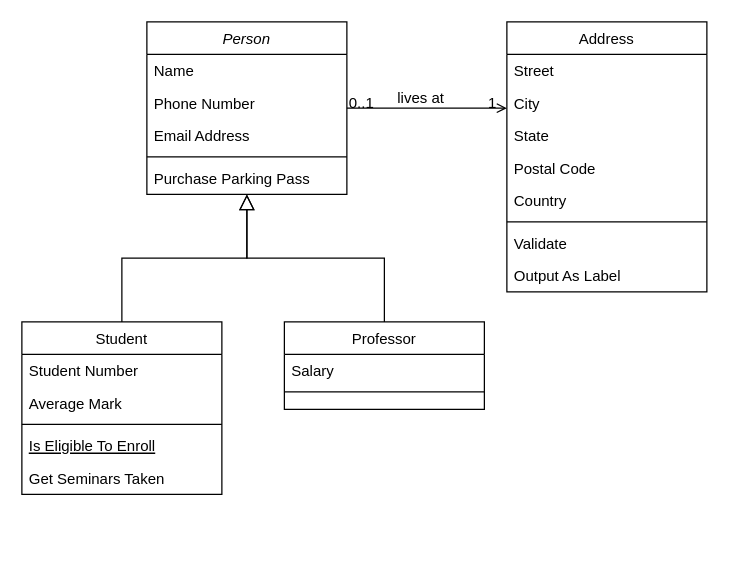
Before: src/main/resources/Untitled Diagram.drawio in iErnesto/subjects-grades, a draw.io diagram. Source tidied: cells renumbered, new cells numbered last; positions are measured from the earlier drawing's top-left corner, leaving out a move shared by most shapes. Both pictures are drawn from the tidied source at 125%, with x=0, y=0 at pixel (21, 21).
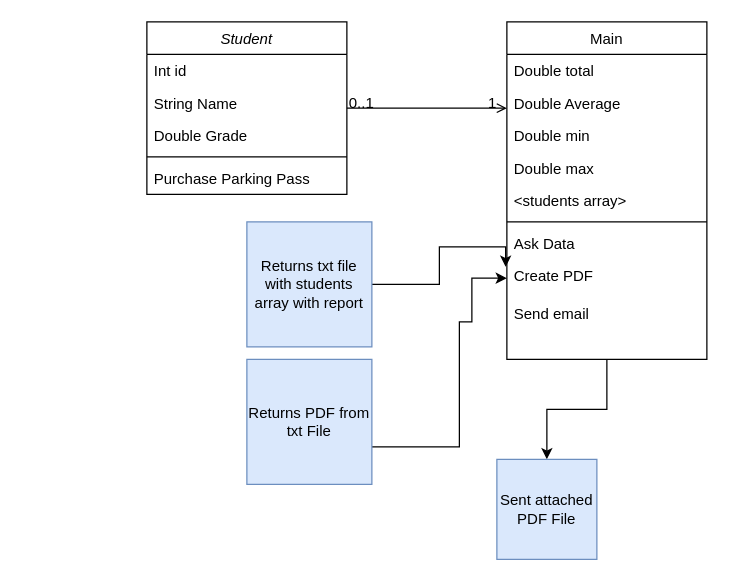
After the change.

Unchanged cells that the change refers to:
```xml
<mxCell id="28" style="endArrow=open;shadow=0;strokeWidth=1;rounded=0;endFill=1;edgeStyle=elbowEdgeStyle;elbow=vertical;" parent="1" edge="1" source="2" target="19">
  <mxGeometry x="0.5" y="41" relative="1" as="geometry">
    <mxPoint x="-40" y="32" as="offset" />
  </mxGeometry>
</mxCell>
```

The edit, as a diff of the source:
```diff
@@
-    <mxCell id="2" value="Person" style="swimlane;fontStyle=2;align=center;verticalAlign=top;horizontal=1;startSize=26;rounded=0;shadow=0;strokeWidth=1;" parent="1" vertex="1">
+    <mxCell id="2" value="Student" style="swimlane;fontStyle=2;align=center;verticalAlign=top;horizontal=1;startSize=26;rounded=0;shadow=0;strokeWidth=1;" parent="1" vertex="1">
       <mxGeometry x="100" width="160" height="138" as="geometry" />
     </mxCell>
-    <mxCell id="3" value="Name" style="text;align=left;verticalAlign=top;spacingLeft=4;spacingRight=4;overflow=hidden;" parent="2" vertex="1">
+    <mxCell id="3" value="Int id" style="text;align=left;verticalAlign=top;spacingLeft=4;spacingRight=4;overflow=hidden;" parent="2" vertex="1">
       <mxGeometry y="26" width="160" height="26" as="geometry" />
     </mxCell>
-    <mxCell id="4" value="Phone Number" style="text;align=left;verticalAlign=top;spacingLeft=4;spacingRight=4;overflow=hidden;rounded=0;shadow=0;html=0;" parent="2" vertex="1">
+    <mxCell id="4" value="String Name" style="text;align=left;verticalAlign=top;spacingLeft=4;spacingRight=4;overflow=hidden;rounded=0;shadow=0;html=0;" parent="2" vertex="1">
       <mxGeometry y="52" width="160" height="26" as="geometry" />
     </mxCell>
-    <mxCell id="5" value="Email Address" style="text;align=left;verticalAlign=top;spacingLeft=4;spacingRight=4;overflow=hidden;rounded=0;shadow=0;html=0;" parent="2" vertex="1">
+    <mxCell id="5" value="Double Grade" style="text;align=left;verticalAlign=top;spacingLeft=4;spacingRight=4;overflow=hidden;rounded=0;shadow=0;html=0;" parent="2" vertex="1">
       <mxGeometry y="78" width="160" height="26" as="geometry" />
     </mxCell>
@@
-    <mxCell id="8" value="Student" style="swimlane;fontStyle=0;align=center;verticalAlign=top;horizontal=1;startSize=26;rounded=0;shadow=0;strokeWidth=1;" parent="1" vertex="1">
-      <mxGeometry y="240" width="160" height="138" as="geometry" />
-    </mxCell>
-    <mxCell id="9" value="Student Number" style="text;align=left;verticalAlign=top;spacingLeft=4;spacingRight=4;overflow=hidden;" parent="8" vertex="1">
-      <mxGeometry y="26" width="160" height="26" as="geometry" />
-    </mxCell>
-    <mxCell id="10" value="Average Mark" style="text;align=left;verticalAlign=top;spacingLeft=4;spacingRight=4;overflow=hidden;rounded=0;shadow=0;html=0;" parent="8" vertex="1">
-      <mxGeometry y="52" width="160" height="26" as="geometry" />
-    </mxCell>
-    <mxCell id="11" style="line;html=1;strokeWidth=1;align=left;verticalAlign=middle;spacingTop=-1;spacingLeft=3;spacingRight=3;labelPosition=right;" parent="8" vertex="1">
-      <mxGeometry y="78" width="160" height="8" as="geometry" />
-    </mxCell>
-    <mxCell id="12" value="Is Eligible To Enroll" style="text;align=left;verticalAlign=top;spacingLeft=4;spacingRight=4;overflow=hidden;fontStyle=4;" parent="8" vertex="1">
-      <mxGeometry y="86" width="160" height="26" as="geometry" />
-    </mxCell>
-    <mxCell id="13" value="Get Seminars Taken" style="text;align=left;verticalAlign=top;spacingLeft=4;spacingRight=4;overflow=hidden;" parent="8" vertex="1">
-      <mxGeometry y="112" width="160" height="26" as="geometry" />
-    </mxCell>
-    <mxCell id="14" style="endArrow=block;endSize=10;endFill=0;shadow=0;strokeWidth=1;rounded=0;edgeStyle=elbowEdgeStyle;elbow=vertical;" parent="1" edge="1" source="8" target="2">
-      <mxGeometry relative="1" as="geometry" />
-    </mxCell>
-    <mxCell id="15" value="Professor" style="swimlane;fontStyle=0;align=center;verticalAlign=top;horizontal=1;startSize=26;rounded=0;shadow=0;strokeWidth=1;" parent="1" vertex="1">
-      <mxGeometry x="210" y="240" width="160" height="70" as="geometry" />
-    </mxCell>
-    <mxCell id="16" value="Salary" style="text;align=left;verticalAlign=top;spacingLeft=4;spacingRight=4;overflow=hidden;" parent="15" vertex="1">
-      <mxGeometry y="26" width="160" height="26" as="geometry" />
-    </mxCell>
-    <mxCell id="17" style="line;html=1;strokeWidth=1;align=left;verticalAlign=middle;spacingTop=-1;spacingLeft=3;spacingRight=3;labelPosition=right;" parent="15" vertex="1">
-      <mxGeometry y="52" width="160" height="8" as="geometry" />
-    </mxCell>
-    <mxCell id="18" style="endArrow=block;endSize=10;endFill=0;shadow=0;strokeWidth=1;rounded=0;edgeStyle=elbowEdgeStyle;elbow=vertical;" parent="1" edge="1" source="15" target="2">
-      <mxGeometry relative="1" as="geometry" />
-    </mxCell>
+    <mxCell id="32" style="edgeStyle=orthogonalEdgeStyle;rounded=0;jettySize=auto;html=1;" parent="1" edge="1" source="19" target="38">
+      <mxGeometry relative="1" as="geometry" />
+    </mxCell>
-    <mxCell id="19" value="Address" style="swimlane;fontStyle=0;align=center;verticalAlign=top;horizontal=1;startSize=26;rounded=0;shadow=0;strokeWidth=1;" parent="1" vertex="1">
-      <mxGeometry x="388" width="160" height="216" as="geometry" />
+    <mxCell id="19" value="Main" style="swimlane;fontStyle=0;align=center;verticalAlign=top;horizontal=1;startSize=26;rounded=0;shadow=0;strokeWidth=1;" parent="1" vertex="1">
+      <mxGeometry x="388" width="160" height="270" as="geometry" />
     </mxCell>
-    <mxCell id="20" value="Street" style="text;align=left;verticalAlign=top;spacingLeft=4;spacingRight=4;overflow=hidden;" parent="19" vertex="1">
+    <mxCell id="20" value="Double total" style="text;align=left;verticalAlign=top;spacingLeft=4;spacingRight=4;overflow=hidden;" parent="19" vertex="1">
       <mxGeometry y="26" width="160" height="26" as="geometry" />
     </mxCell>
-    <mxCell id="21" value="City" style="text;align=left;verticalAlign=top;spacingLeft=4;spacingRight=4;overflow=hidden;rounded=0;shadow=0;html=0;" parent="19" vertex="1">
+    <mxCell id="21" value="Double Average" style="text;align=left;verticalAlign=top;spacingLeft=4;spacingRight=4;overflow=hidden;rounded=0;shadow=0;html=0;" parent="19" vertex="1">
       <mxGeometry y="52" width="160" height="26" as="geometry" />
     </mxCell>
-    <mxCell id="22" value="State" style="text;align=left;verticalAlign=top;spacingLeft=4;spacingRight=4;overflow=hidden;rounded=0;shadow=0;html=0;" parent="19" vertex="1">
+    <mxCell id="22" value="Double min" style="text;align=left;verticalAlign=top;spacingLeft=4;spacingRight=4;overflow=hidden;rounded=0;shadow=0;html=0;" parent="19" vertex="1">
       <mxGeometry y="78" width="160" height="26" as="geometry" />
     </mxCell>
-    <mxCell id="23" value="Postal Code" style="text;align=left;verticalAlign=top;spacingLeft=4;spacingRight=4;overflow=hidden;rounded=0;shadow=0;html=0;" parent="19" vertex="1">
+    <mxCell id="23" value="Double max" style="text;align=left;verticalAlign=top;spacingLeft=4;spacingRight=4;overflow=hidden;rounded=0;shadow=0;html=0;" parent="19" vertex="1">
       <mxGeometry y="104" width="160" height="26" as="geometry" />
     </mxCell>
-    <mxCell id="24" value="Country" style="text;align=left;verticalAlign=top;spacingLeft=4;spacingRight=4;overflow=hidden;rounded=0;shadow=0;html=0;" parent="19" vertex="1">
+    <mxCell id="24" value="&lt;students array&gt;" style="text;align=left;verticalAlign=top;spacingLeft=4;spacingRight=4;overflow=hidden;rounded=0;shadow=0;html=0;" parent="19" vertex="1">
       <mxGeometry y="130" width="160" height="26" as="geometry" />
     </mxCell>
@@
-    <mxCell id="26" value="Validate" style="text;align=left;verticalAlign=top;spacingLeft=4;spacingRight=4;overflow=hidden;" parent="19" vertex="1">
+    <mxCell id="26" value="Ask Data" style="text;align=left;verticalAlign=top;spacingLeft=4;spacingRight=4;overflow=hidden;" parent="19" vertex="1">
       <mxGeometry y="164" width="160" height="26" as="geometry" />
     </mxCell>
-    <mxCell id="27" value="Output As Label" style="text;align=left;verticalAlign=top;spacingLeft=4;spacingRight=4;overflow=hidden;points=[[0,0.5],[1,0.5]];portConstraint=eastwest;" parent="19" vertex="1">
-      <mxGeometry y="190" width="160" height="26" as="geometry" />
+    <mxCell id="27" value="Create PDF" style="text;align=left;verticalAlign=top;spacingLeft=4;spacingRight=4;overflow=hidden;points=[[0,0.5],[1,0.5]];portConstraint=eastwest;" parent="19" vertex="1">
+      <mxGeometry y="190" width="160" height="30" as="geometry" />
     </mxCell>
+    <mxCell id="33" value="Send email" style="text;align=left;verticalAlign=top;spacingLeft=4;spacingRight=4;overflow=hidden;" parent="19" vertex="1">
+      <mxGeometry y="220" width="160" height="20" as="geometry" />
+    </mxCell>
@@
-    <mxCell id="31" value="lives at" style="text;html=1;align=center;verticalAlign=middle;labelBackgroundColor=none;rounded=0;shadow=0;strokeWidth=1;fontSize=12;" parent="28" vertex="1">
-      <mxGeometry x="0.5" y="49" relative="1" as="geometry">
-        <mxPoint x="-38" y="40" as="offset" />
-      </mxGeometry>
-    </mxCell>
+    <mxCell id="34" style="edgeStyle=orthogonalEdgeStyle;rounded=0;jettySize=auto;html=1;entryX=-0.006;entryY=0.2;entryDx=0;entryDy=0;entryPerimeter=0;" parent="1" edge="1" source="35" target="27">
+      <mxGeometry relative="1" as="geometry">
+        <Array as="points">
+          <mxPoint x="334" y="210" />
+          <mxPoint x="334" y="180" />
+          <mxPoint x="387" y="180" />
+        </Array>
+      </mxGeometry>
+    </mxCell>
+    <mxCell id="35" value="Returns txt file with students array with report" style="whiteSpace=wrap;html=1;fillColor=#dae8fc;strokeColor=#6c8ebf;" parent="1" vertex="1">
+      <mxGeometry x="180" y="160" width="100" height="100" as="geometry" />
+    </mxCell>
+    <mxCell id="36" style="edgeStyle=orthogonalEdgeStyle;rounded=0;jettySize=auto;html=1;entryX=0;entryY=0.5;entryDx=0;entryDy=0;" parent="1" edge="1" source="37" target="27">
+      <mxGeometry relative="1" as="geometry">
+        <Array as="points">
+          <mxPoint x="350" y="340" />
+          <mxPoint x="350" y="240" />
+          <mxPoint x="360" y="240" />
+          <mxPoint x="360" y="205" />
+        </Array>
+      </mxGeometry>
+    </mxCell>
+    <mxCell id="37" value="Returns PDF from txt File" style="whiteSpace=wrap;html=1;fillColor=#dae8fc;strokeColor=#6c8ebf;" parent="1" vertex="1">
+      <mxGeometry x="180" y="270" width="100" height="100" as="geometry" />
+    </mxCell>
+    <mxCell id="38" value="Sent attached PDF File" style="whiteSpace=wrap;html=1;fillColor=#dae8fc;strokeColor=#6c8ebf;" parent="1" vertex="1">
+      <mxGeometry x="380" y="350" width="80" height="80" as="geometry" />
+    </mxCell>
```
